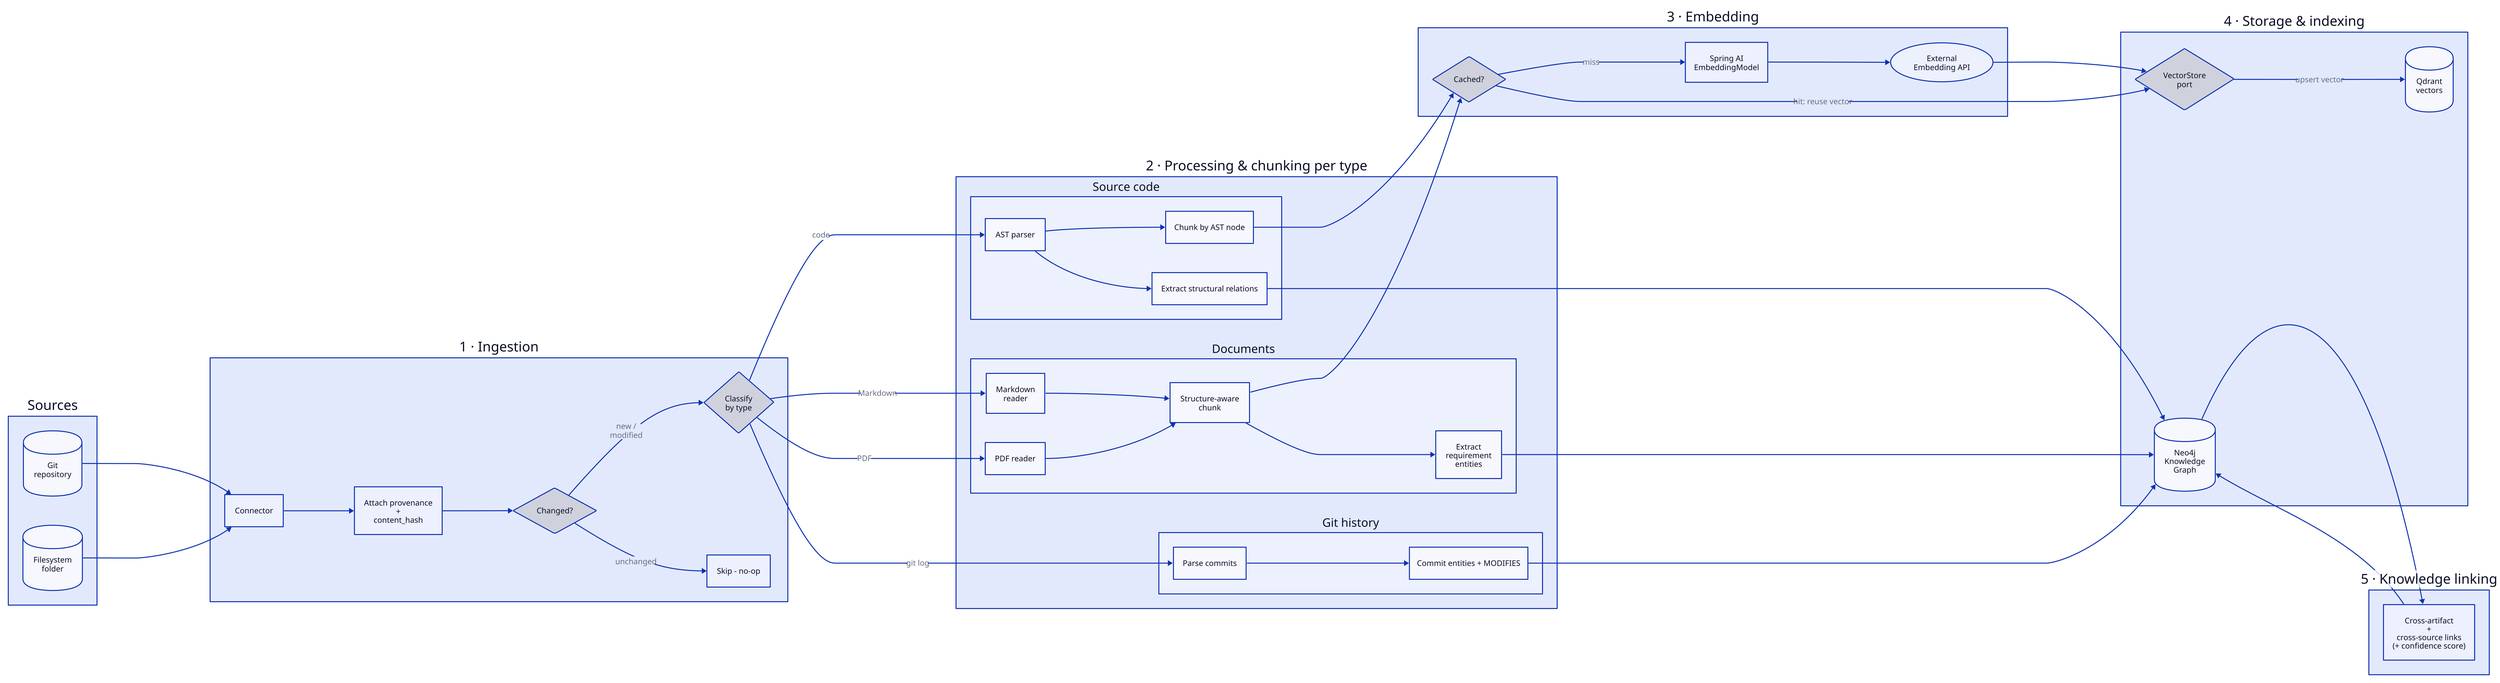
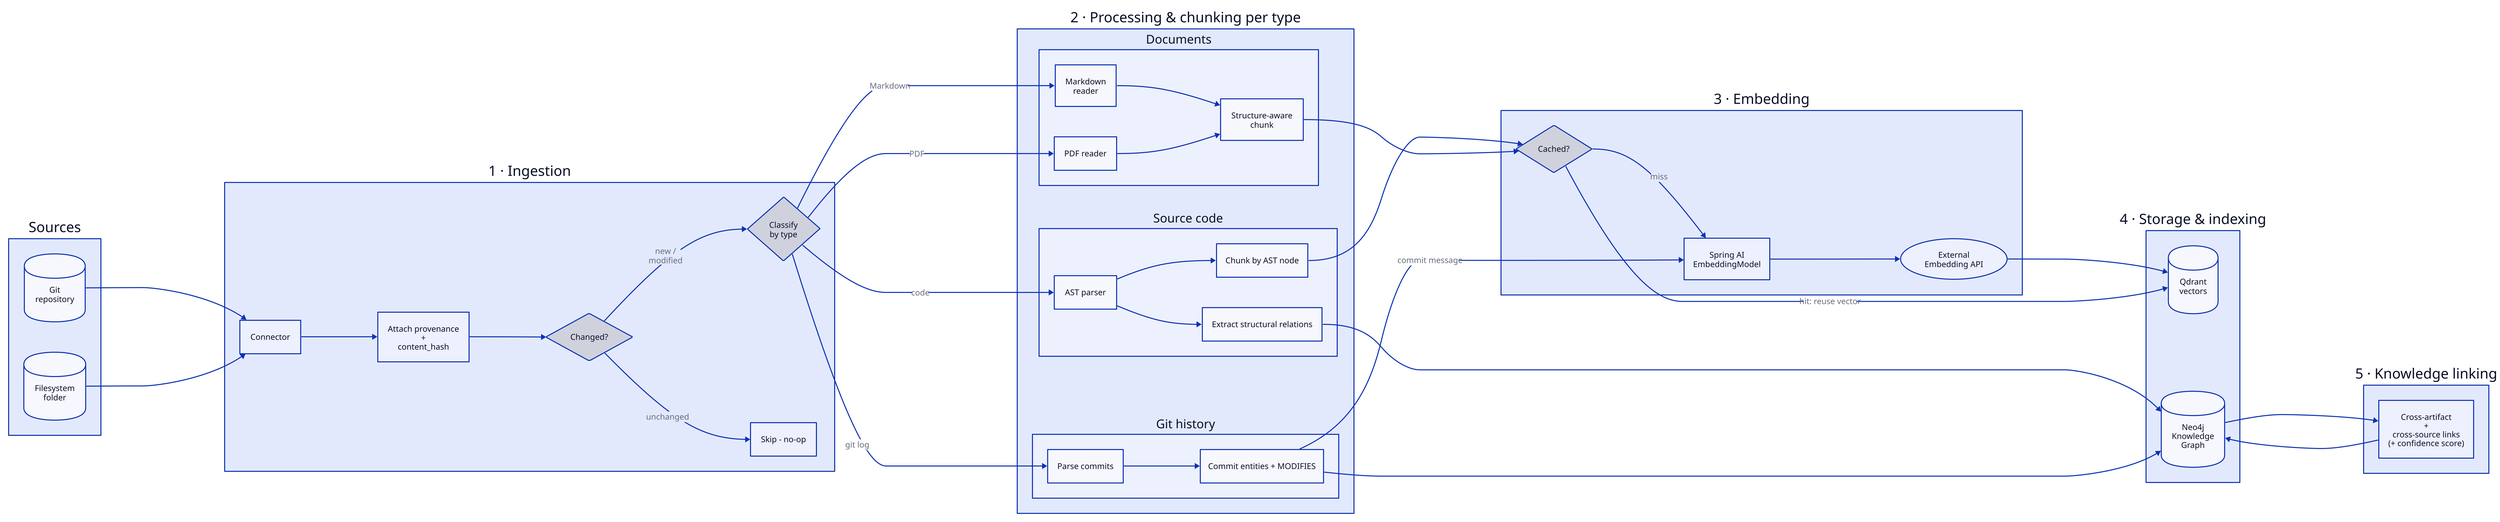
# Data Processing — 1 · Ingestion & indexing pipeline (per data type)
# Data-flow view of the indexing PIPES & FILTERS pipeline (ChunkStage -> DedupStage ->
# EmbedStage -> StoreStage -> LinkStage); code structure in CLASS-INDEXING.d2.
# Triggered by the SourceRegistered domain event or a sync trigger.
# Render:  d2 PIPELINE-INGESTION.d2 PIPELINE-INGESTION.svg
# (render config below is embedded so the D2 playground applies it too)
vars: {
  d2-config: {
-     layout-engine: elk
+     layout-engine: dagre
    pad: 16
  }
}

direction: right

# ---- Stage 2: processing & chunking -----------------------------------------
proc: "2 · Processing & chunking per type" {
  code: "Source code" {
    c1: "AST parser"
    c2: "Chunk by AST node"
    c3: "Extract structural relations"
    c1 -> c2
    c1 -> c3
  }
  doc: "Documents" {
    dmd: "Markdown \nreader"
    dpdf: "PDF reader"
    d1: "Structure-aware \nchunk"
-     d2: "Extract \nrequirement \nentities"
    dmd -> d1
    dpdf -> d1
-     d1 -> d2
  }
  gh: "Git history" {
    g1: "Parse commits"
    g2: "Commit entities + MODIFIES"
    g1 -> g2
  }
}

emb: "3 · Embedding" {
  ecache: "Cached?" {shape: diamond}
  e1: "Spring AI \nEmbeddingModel"
  e2: "External \nEmbedding API" {shape: oval}
  ecache -> e1: miss {direction: down}
  e1 -> e2
}

store: "4 · Storage & indexing" {
-   vport: "VectorStore \nport" {shape: diamond}
  qdr: "Qdrant\nvectors" {shape: cylinder}
  graph: "Neo4j \nKnowledge \nGraph" {shape: cylinder}
-   vport -> qdr: upsert vector
}

# ---- Stages 1 · sources · 5 -------------------------------------------------
ing: "1 · Ingestion" {
  conn: "Connector"
  prov: "Attach provenance \n+\n content_hash"
  dedup: "Changed?" {shape: diamond}
  classify: "Classify \nby type" {shape: diamond}
  skip: "Skip - no-op"
  conn -> prov -> dedup
  dedup -> skip: unchanged
  dedup -> classify: new / \nmodified
}

src: "Sources" {
  git: "Git \nrepository" {shape: cylinder}
  fs: "Filesystem \nfolder" {shape: cylinder}
}

linking: "5 · Knowledge linking" {
  l1: "Cross-artifact \n+\n cross-source links\n(+ confidence score)"
}

# ---- Cross-stage flow --------------------------------------------------------
src.git -> ing.conn
src.fs -> ing.conn

ing.classify -> proc.code.c1: code
ing.classify -> proc.doc.dmd: Markdown
ing.classify -> proc.doc.dpdf: PDF
ing.classify -> proc.gh.g1: git log

proc.code.c2 -> emb.ecache
proc.doc.d1 -> emb.ecache

- emb.e2 -> store.vport
- emb.ecache -> store.vport: "hit: reuse vector"
+ emb.e2 -> store.qdr
+ emb.ecache -> store.qdr: "hit: reuse vector"
proc.code.c3 -> store.graph
- proc.doc.d2 -> store.graph
+ proc.gh.g2 -> emb.e1: "commit message"
proc.gh.g2 -> store.graph

store.graph -> linking.l1 -> store.graph
